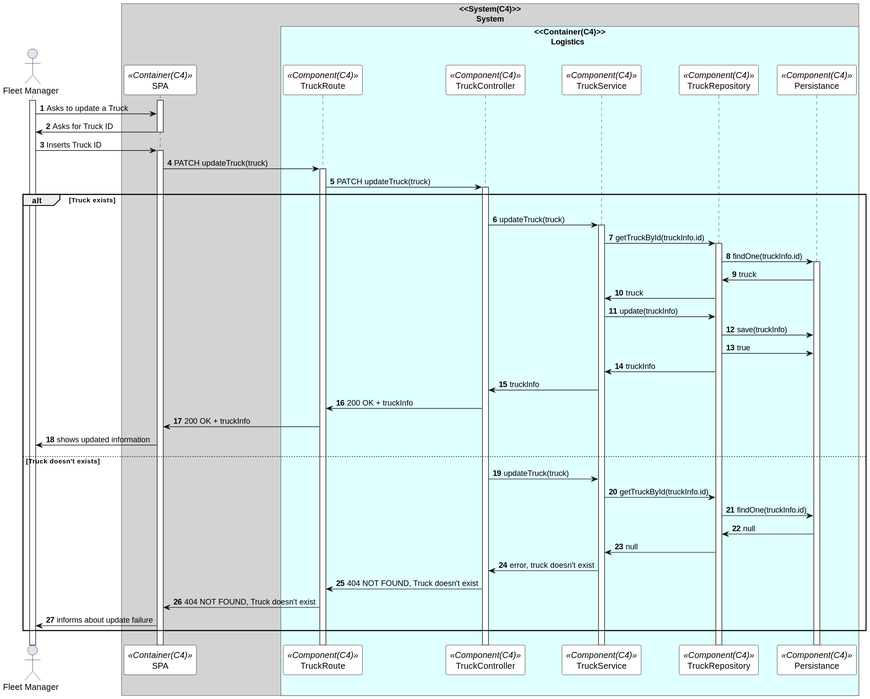
This is Documents/Deployment Diagrams/Level 3 - Component/Process View/Truck/svg/updateTruckSD.svg from 0franciscor/dei_3dj_057, a PlantUML export, as it was before one commit. Source of this version:
```plantuml
@startuml updateTruckSD

autonumber
!pragma teoz true

skinparam sequence {
ParticipantBorderColor black
ParticipantBackgroundColor white
}

actor "Fleet Manager" as manager

box "<<System(C4)>>\n       System" #LightGray
participant SPA as  SPA <<Container(C4)>>
box "<<Container(C4)>>\n       Logistics" #LightCyan
participant TruckRoute as Route <<Component(C4)>>
participant TruckController as Controller <<Component(C4)>>
participant TruckService as Service <<Component(C4)>>
participant TruckRepository as Repository <<Component(C4)>>
participant Persistance as Persistance <<Component(C4)>>
end box



activate manager
activate SPA
manager -> SPA: Asks to update a Truck

SPA -> manager: Asks for Truck ID
deactivate SPA

manager ->SPA: Inserts Truck ID
activate SPA

SPA -> Route: PATCH updateTruck(truck)
activate Route
Route -> Controller :PATCH updateTruck(truck)
activate Controller

alt Truck exists

Controller -> Service: updateTruck(truck)
activate Service

Service -> Repository: getTruckById(truckInfo.id)
activate Repository

Repository -> Persistance: findOne(truckInfo.id)
activate Persistance
Persistance -> Repository: truck
Repository->Service: truck

Service -> Repository: update(truckInfo)
Repository -> Persistance:save(truckInfo)

Repository -> Persistance:true
Repository-> Service: truckInfo
Service-> Controller: truckInfo

Controller->Route: 200 OK + truckInfo
Route ->SPA: 200 OK + truckInfo
SPA-> manager: shows updated information

else Truck doesn't exists

Controller -> Service: updateTruck(truck)
Service -> Repository: getTruckById(truckInfo.id)
Repository->Persistance: findOne(truckInfo.id)
Persistance ->Repository: null
Repository->Service: null
Service->Controller: error, truck doesn't exist
Controller-> Route: 404 NOT FOUND, Truck doesn't exist
Route ->SPA: 404 NOT FOUND, Truck doesn't exist
SPA->manager: informs about update failure

@enduml
```
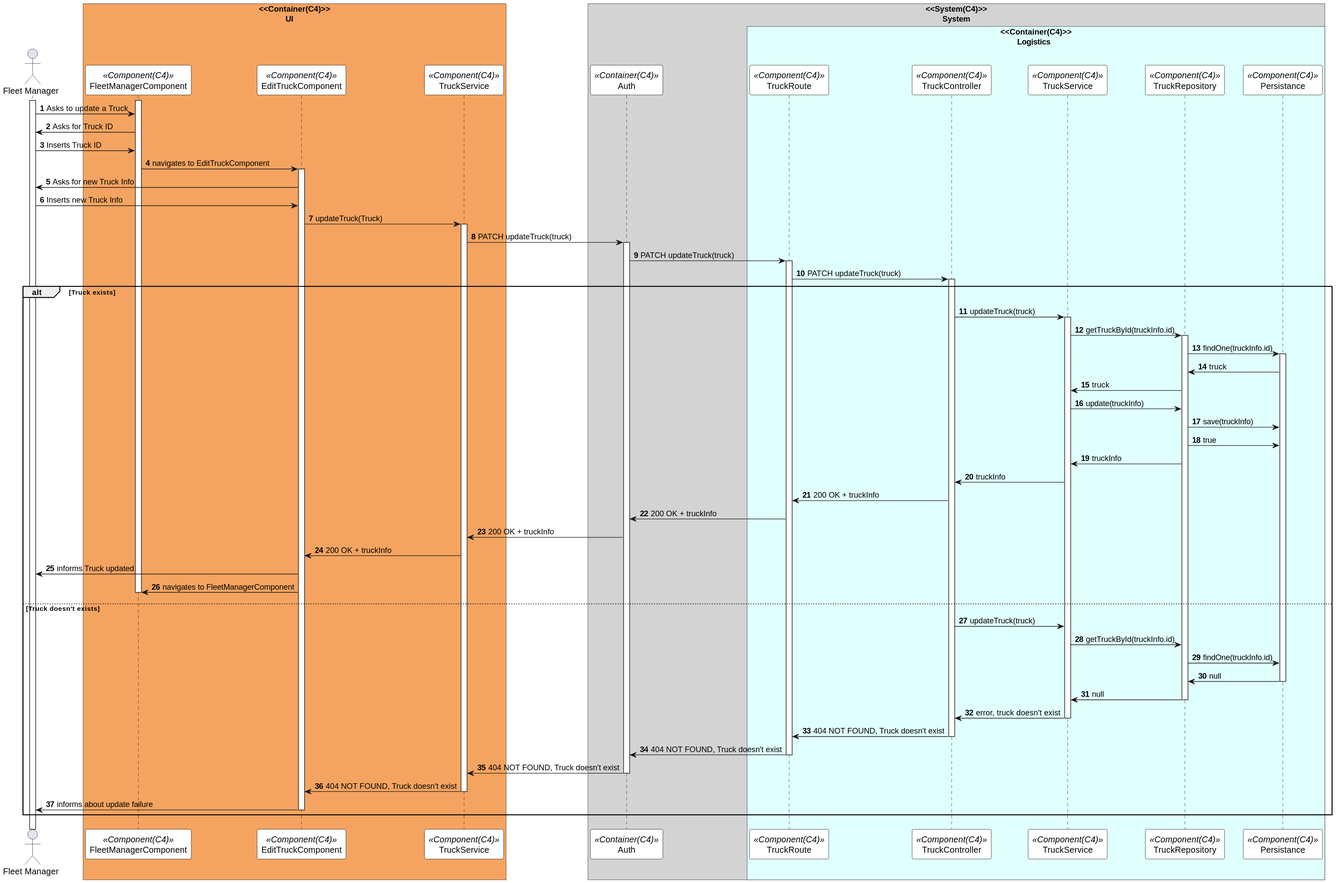
After the commit.

The edit, as a diff of the source:
```diff
@@ -10,8 +10,14 @@
 
 actor "Fleet Manager" as manager
 
+box "<<Container(C4)>>\n           UI" #SandyBrown
+participant "FleetManagerComponent" as FleetManagerComponent <<Component(C4)>>
+participant "EditTruckComponent" as EditTruckComponent <<Component(C4)>>
+participant "TruckService" as TruckService <<Component(C4)>>
+end box
+
 box "<<System(C4)>>\n       System" #LightGray
-participant SPA as  SPA <<Container(C4)>>
+participant Auth as  Auth <<Container(C4)>>
 box "<<Container(C4)>>\n       Logistics" #LightCyan
 participant TruckRoute as Route <<Component(C4)>>
 participant TruckController as Controller <<Component(C4)>>
@@ -23,18 +29,28 @@
 
 
 activate manager
-activate SPA
-manager -> SPA: Asks to update a Truck
+activate FleetManagerComponent
+manager -> FleetManagerComponent: Asks to update a Truck
 
-SPA -> manager: Asks for Truck ID
-deactivate SPA
+FleetManagerComponent -> manager: Asks for Truck ID
 
-manager ->SPA: Inserts Truck ID
-activate SPA
 
-SPA -> Route: PATCH updateTruck(truck)
+manager ->FleetManagerComponent: Inserts Truck ID
+
+FleetManagerComponent -> EditTruckComponent: navigates to EditTruckComponent
+activate EditTruckComponent
+
+EditTruckComponent -> manager: Asks for new Truck Info
+manager -> EditTruckComponent: Inserts new Truck Info
+EditTruckComponent -> TruckService: updateTruck(Truck)
+activate TruckService
+TruckService -> Auth: PATCH updateTruck(truck)
+
+activate Auth
+
+Auth -> Route: PATCH updateTruck(truck)
 activate Route
-Route -> Controller :PATCH updateTruck(truck)
+Route -> Controller: PATCH updateTruck(truck)
 activate Controller
 
 alt Truck exists
@@ -58,19 +74,31 @@
 Service-> Controller: truckInfo
 
 Controller->Route: 200 OK + truckInfo
-Route ->SPA: 200 OK + truckInfo
-SPA-> manager: shows updated information
-
+Route ->Auth: 200 OK + truckInfo
+Auth -> TruckService: 200 OK + truckInfo
+TruckService -> EditTruckComponent: 200 OK + truckInfo
+EditTruckComponent -> manager: informs Truck updated
+EditTruckComponent -> FleetManagerComponent: navigates to FleetManagerComponent
+deactivate FleetManagerComponent
 else Truck doesn't exists
 
 Controller -> Service: updateTruck(truck)
 Service -> Repository: getTruckById(truckInfo.id)
 Repository->Persistance: findOne(truckInfo.id)
 Persistance ->Repository: null
+deactivate Persistance
 Repository->Service: null
+deactivate Repository
 Service->Controller: error, truck doesn't exist
+deactivate Service
 Controller-> Route: 404 NOT FOUND, Truck doesn't exist
-Route ->SPA: 404 NOT FOUND, Truck doesn't exist
-SPA->manager: informs about update failure
-
+deactivate Controller
+Route ->Auth: 404 NOT FOUND, Truck doesn't exist
+deactivate Route
+Auth->TruckService: 404 NOT FOUND, Truck doesn't exist
+deactivate Auth
+TruckService -> EditTruckComponent: 404 NOT FOUND, Truck doesn't exist
+deactivate TruckService
+EditTruckComponent->manager: informs about update failure
+deactivate EditTruckComponent
 @enduml
```
